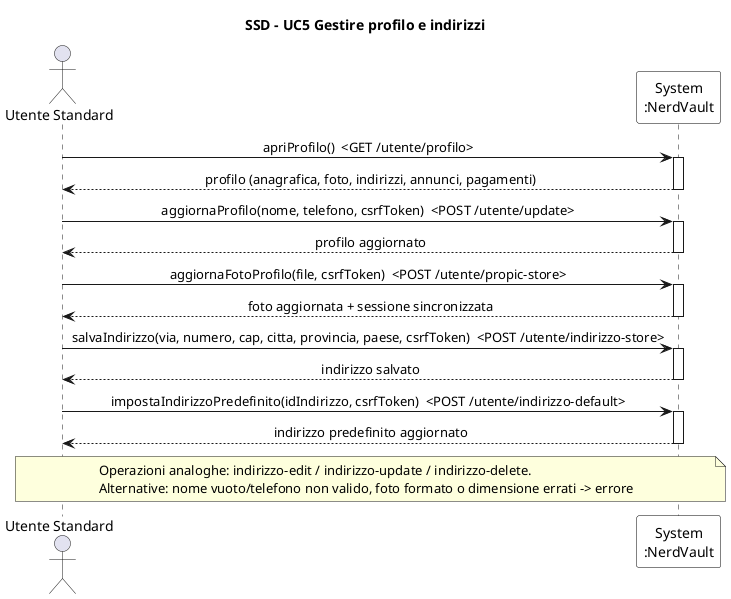
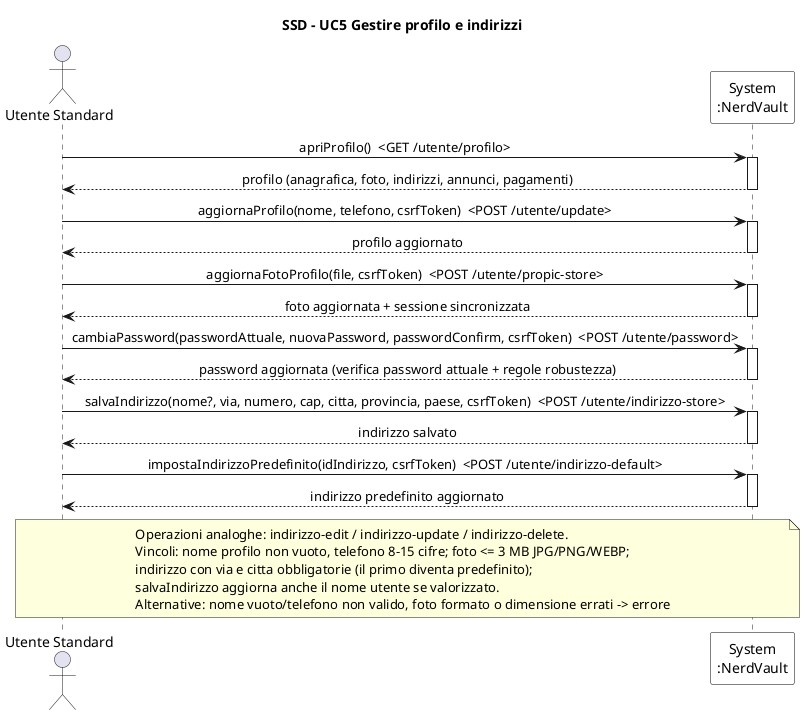
@startuml SSD_UC5_ProfiloIndirizzi
' System Sequence Diagram - UC5 Gestire profilo e indirizzi
title SSD - UC5 Gestire profilo e indirizzi

skinparam sequenceMessageAlign center
skinparam participant {
  BorderColor black
  BackgroundColor white
}

actor "Utente Standard" as U
participant "System\n:NerdVault" as S

U -> S : apriProfilo()  <GET /utente/profilo>
activate S
S --> U : profilo (anagrafica, foto, indirizzi, annunci, pagamenti)
deactivate S

U -> S : aggiornaProfilo(nome, telefono, csrfToken)  <POST /utente/update>
activate S
S --> U : profilo aggiornato
deactivate S

U -> S : aggiornaFotoProfilo(file, csrfToken)  <POST /utente/propic-store>
activate S
S --> U : foto aggiornata + sessione sincronizzata
deactivate S

- U -> S : salvaIndirizzo(via, numero, cap, citta, provincia, paese, csrfToken)  <POST /utente/indirizzo-store>
+ U -> S : cambiaPassword(passwordAttuale, nuovaPassword, passwordConfirm, csrfToken)  <POST /utente/password>
+ activate S
+ S --> U : password aggiornata (verifica password attuale + regole robustezza)
+ deactivate S
+ 
+ U -> S : salvaIndirizzo(nome?, via, numero, cap, citta, provincia, paese, csrfToken)  <POST /utente/indirizzo-store>
activate S
S --> U : indirizzo salvato
deactivate S

U -> S : impostaIndirizzoPredefinito(idIndirizzo, csrfToken)  <POST /utente/indirizzo-default>
activate S
S --> U : indirizzo predefinito aggiornato
deactivate S

note over U, S
  Operazioni analoghe: indirizzo-edit / indirizzo-update / indirizzo-delete.
+   Vincoli: nome profilo non vuoto, telefono 8-15 cifre; foto <= 3 MB JPG/PNG/WEBP;
+   indirizzo con via e citta obbligatorie (il primo diventa predefinito);
+   salvaIndirizzo aggiorna anche il nome utente se valorizzato.
  Alternative: nome vuoto/telefono non valido, foto formato o dimensione errati -> errore
end note
@enduml
